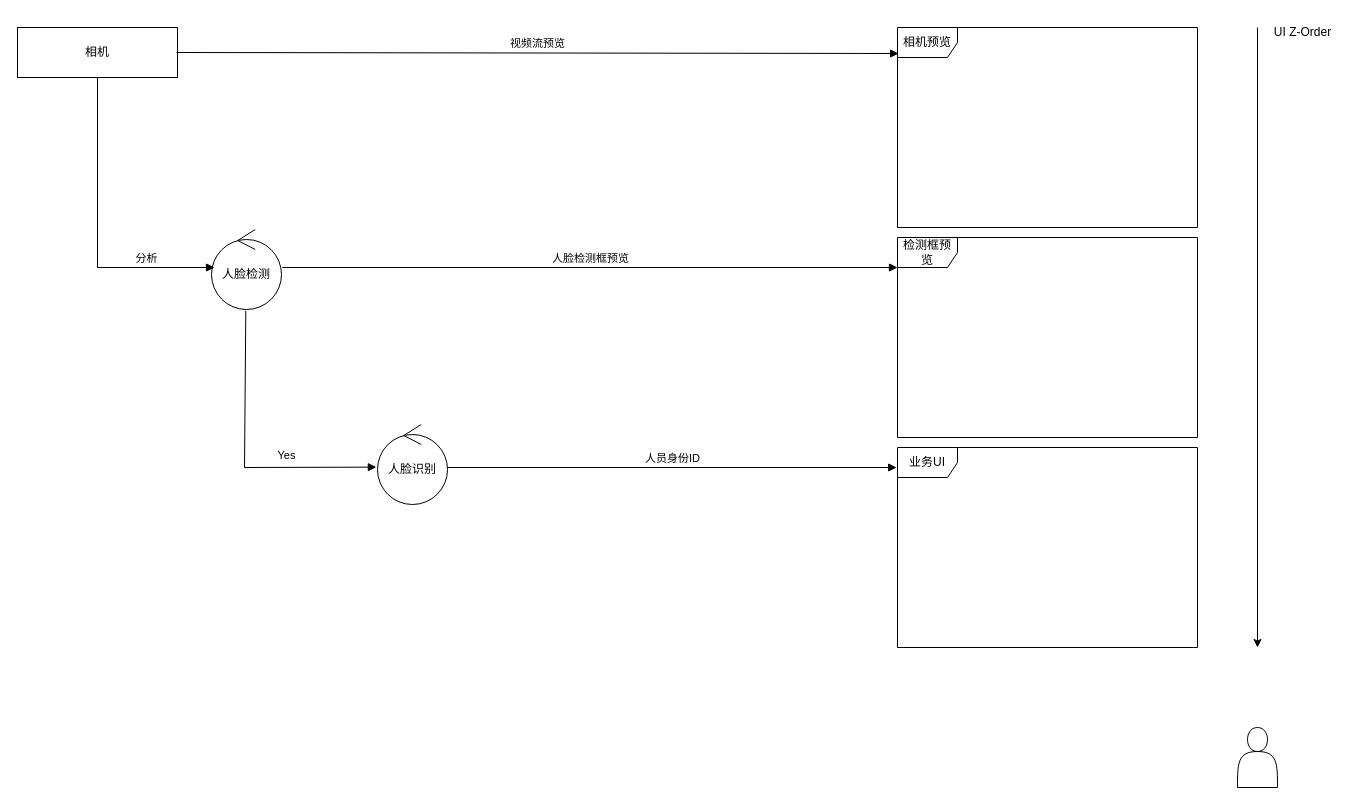
Before: 相机UI流程.drawio in gziren/Android-Notes, a draw.io diagram. Source tidied: cells renumbered, new cells numbered last; positions are measured from the earlier drawing's top-left corner, leaving out a move shared by most shapes. Both pictures are drawn from the tidied source at 100%, with x=0, y=0 at pixel (17, 17).
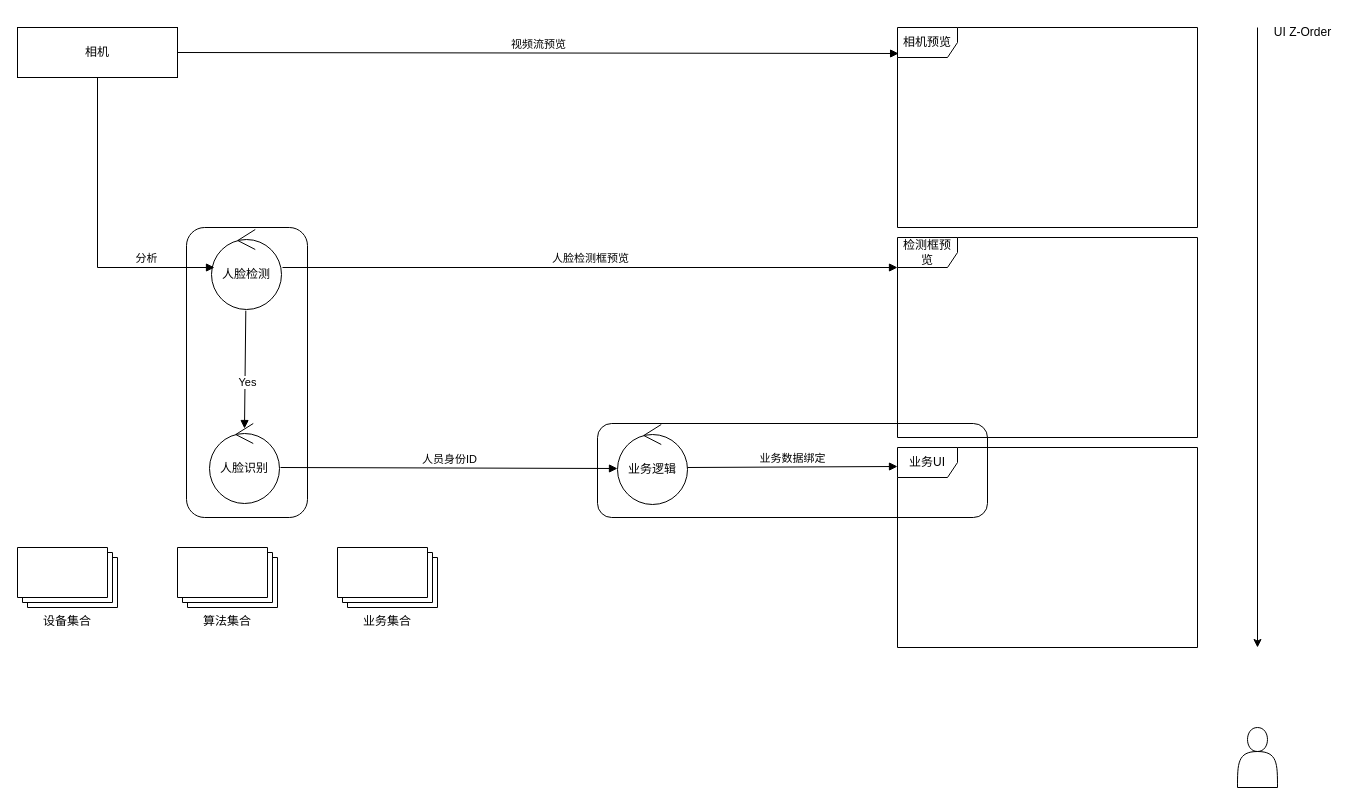
After the change.

Commit message:
人脸处理App相机UI流程.drawio

Unchanged cells that the change refers to:
```xml
<mxCell id="3" value="相机" style="html=1;whiteSpace=wrap;" parent="1" vertex="1">
  <mxGeometry y="10" width="160" height="50" as="geometry" />
</mxCell>
<mxCell id="4" value="人脸检测" style="ellipse;shape=umlControl;whiteSpace=wrap;html=1;" parent="1" vertex="1">
  <mxGeometry x="194" y="212" width="70" height="80" as="geometry" />
</mxCell>
<mxCell id="8" value="业务UI" style="shape=umlFrame;whiteSpace=wrap;html=1;" parent="1" vertex="1">
  <mxGeometry x="880" y="430" width="300" height="200" as="geometry" />
</mxCell>
```

The edit, as a diff of the source:
```diff
@@
+    <mxCell id="16" style="rounded=1;whiteSpace=wrap;html=1;" parent="1" vertex="1">
+      <mxGeometry x="580" y="406" width="390" height="94" as="geometry" />
+    </mxCell>
+    <mxCell id="17" style="rounded=1;whiteSpace=wrap;html=1;" parent="1" vertex="1">
+      <mxGeometry x="169" y="210" width="121" height="290" as="geometry" />
+    </mxCell>
@@
     <mxCell id="7" value="人脸识别" style="ellipse;shape=umlControl;whiteSpace=wrap;html=1;" parent="1" vertex="1">
-      <mxGeometry x="360" y="407" width="70" height="80" as="geometry" />
+      <mxGeometry x="192" y="406" width="70" height="80" as="geometry" />
     </mxCell>
@@
-    <mxCell id="10" value="视频流预览" style="html=1;verticalAlign=bottom;endArrow=block;curved=0;rounded=0;entryX=0.007;entryY=0.13;entryDx=0;entryDy=0;entryPerimeter=0;exitX=1;exitY=0.5;exitDx=0;exitDy=0;" parent="1" edge="1">
+    <mxCell id="10" value="视频流预览" style="html=1;verticalAlign=bottom;endArrow=block;curved=0;rounded=0;entryX=0.007;entryY=0.13;entryDx=0;entryDy=0;entryPerimeter=0;exitX=1;exitY=0.5;exitDx=0;exitDy=0;" parent="1" edge="1" source="3">
       <mxGeometry relative="1" as="geometry">
-        <mxPoint x="159" y="35" as="sourcePoint" />
         <mxPoint x="881.1" y="36" as="targetPoint" />
       </mxGeometry>
     </mxCell>
-    <mxCell id="11" value="人员身份ID" style="html=1;verticalAlign=bottom;endArrow=block;curved=0;rounded=0;entryX=-0.003;entryY=0.1;entryDx=0;entryDy=0;entryPerimeter=0;" parent="1" edge="1" target="8">
+    <mxCell id="11" value="人员身份ID" style="html=1;verticalAlign=bottom;endArrow=block;curved=0;rounded=0;entryX=0;entryY=0.55;entryDx=0;entryDy=0;entryPerimeter=0;" parent="1" edge="1" target="18">
       <mxGeometry relative="1" as="geometry">
-        <mxPoint x="430" y="450" as="sourcePoint" />
+        <mxPoint x="263" y="450" as="sourcePoint" />
       </mxGeometry>
     </mxCell>
-    <mxCell id="12" value="Yes" style="html=1;verticalAlign=bottom;endArrow=block;curved=0;rounded=0;entryX=-0.016;entryY=0.533;entryDx=0;entryDy=0;entryPerimeter=0;exitX=0.49;exitY=1.015;exitDx=0;exitDy=0;exitPerimeter=0;" parent="1" edge="1" source="4" target="7">
-      <mxGeometry x="0.38" y="3" relative="1" as="geometry">
-        <Array as="points">
-          <mxPoint x="227" y="450" />
-        </Array>
-      </mxGeometry>
+    <mxCell id="12" value="Yes" style="html=1;verticalAlign=bottom;endArrow=block;curved=0;rounded=0;entryX=0.5;entryY=0.063;entryDx=0;entryDy=0;entryPerimeter=0;exitX=0.49;exitY=1.015;exitDx=0;exitDy=0;exitPerimeter=0;" parent="1" edge="1" source="4" target="7">
+      <mxGeometry x="0.38" y="3" relative="1" as="geometry" />
     </mxCell>
@@
+    <mxCell id="18" value="业务逻辑" style="ellipse;shape=umlControl;whiteSpace=wrap;html=1;" parent="1" vertex="1">
+      <mxGeometry x="600" y="407" width="70" height="80" as="geometry" />
+    </mxCell>
+    <mxCell id="19" value="业务数据绑定" style="html=1;verticalAlign=bottom;endArrow=block;curved=0;rounded=0;entryX=0;entryY=0.095;entryDx=0;entryDy=0;entryPerimeter=0;" parent="1" edge="1" target="8">
+      <mxGeometry relative="1" as="geometry">
+        <mxPoint x="670" y="450" as="sourcePoint" />
+      </mxGeometry>
+    </mxCell>
+    <mxCell id="20" value="设备集合" style="verticalLabelPosition=bottom;verticalAlign=top;html=1;shape=mxgraph.basic.layered_rect;dx=10;whiteSpace=wrap;" parent="1" vertex="1">
+      <mxGeometry y="530" width="100" height="60" as="geometry" />
+    </mxCell>
+    <mxCell id="21" value="算法集合" style="verticalLabelPosition=bottom;verticalAlign=top;html=1;shape=mxgraph.basic.layered_rect;dx=10;whiteSpace=wrap;" parent="1" vertex="1">
+      <mxGeometry x="160" y="530" width="100" height="60" as="geometry" />
+    </mxCell>
+    <mxCell id="22" value="业务集合" style="verticalLabelPosition=bottom;verticalAlign=top;html=1;shape=mxgraph.basic.layered_rect;dx=10;whiteSpace=wrap;" parent="1" vertex="1">
+      <mxGeometry x="320" y="530" width="100" height="60" as="geometry" />
+    </mxCell>
```
